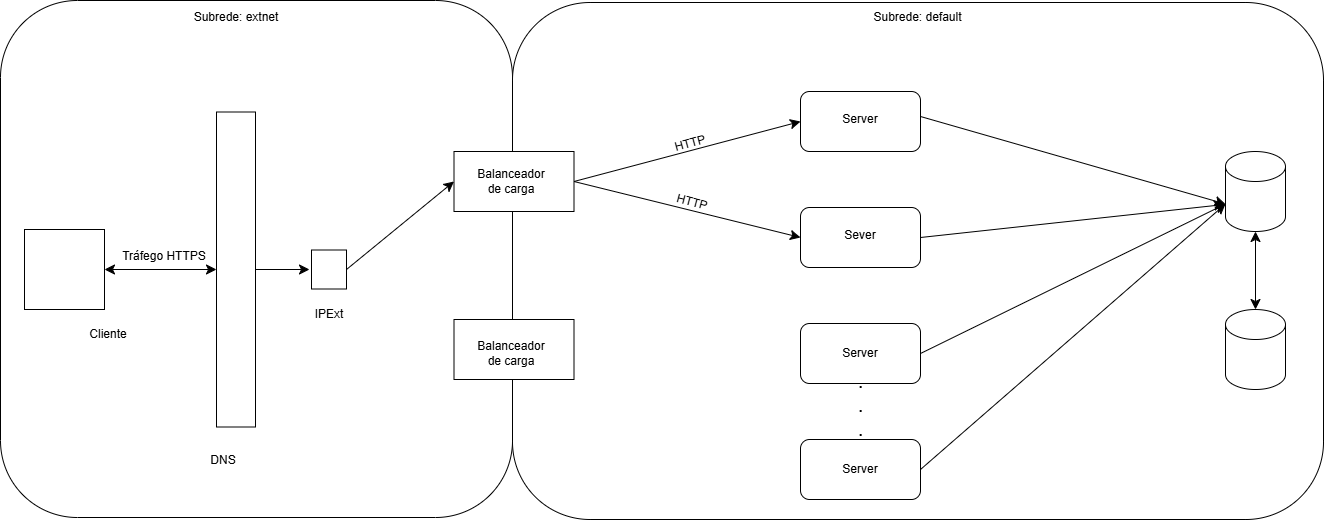
Before: Arquitetura.drawio.png, a diagram exported from draw.io (rayanssan/techthrift). Source tidied: cells renumbered, new cells last; positions are measured from the earlier drawing's top-left corner, leaving out a move shared by most shapes.
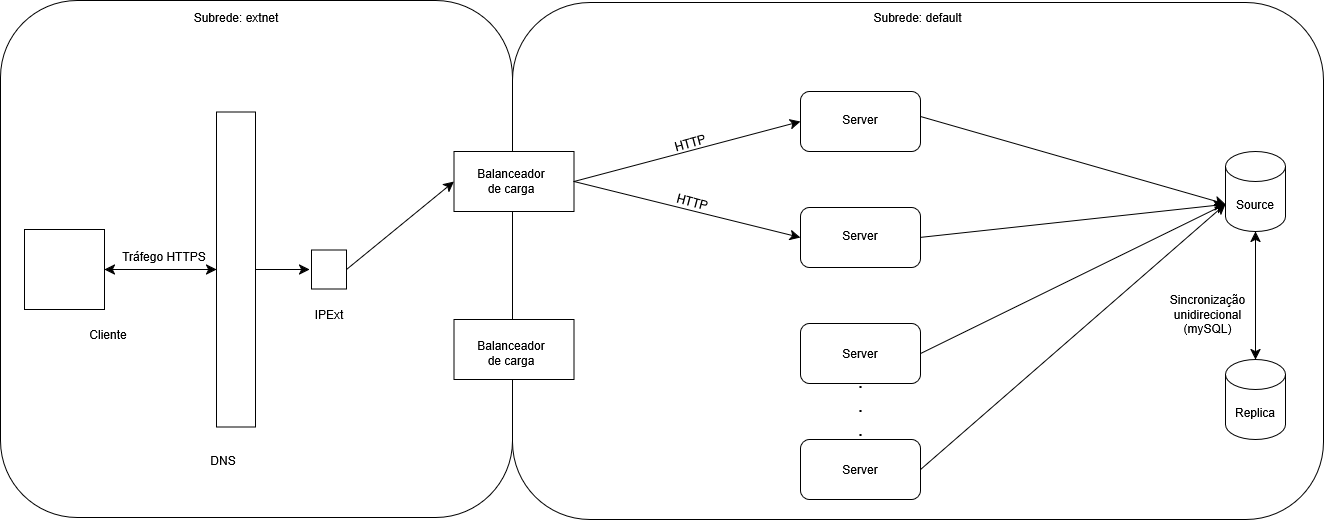
The same diagram one commit later.

Commit message:
Tipo de sincronizção BD adicionada

What changed in the source:
```diff
@@ -32,11 +32,11 @@
     <mxCell id="11" style="rounded=1;whiteSpace=wrap;html=1;" parent="1" vertex="1">
       <mxGeometry x="800" y="439" width="120" height="60" as="geometry" />
     </mxCell>
-    <mxCell id="12" style="shape=cylinder3;whiteSpace=wrap;html=1;boundedLbl=1;backgroundOutline=1;size=15;" parent="1" vertex="1">
+    <mxCell id="12" value="Source" style="shape=cylinder3;whiteSpace=wrap;html=1;boundedLbl=1;backgroundOutline=1;size=15;" parent="1" vertex="1">
       <mxGeometry x="1225" y="151" width="60" height="80" as="geometry" />
     </mxCell>
-    <mxCell id="13" style="shape=cylinder3;whiteSpace=wrap;html=1;boundedLbl=1;backgroundOutline=1;size=15;" parent="1" vertex="1">
-      <mxGeometry x="1225" y="309" width="60" height="80" as="geometry" />
+    <mxCell id="13" value="Replica" style="shape=cylinder3;whiteSpace=wrap;html=1;boundedLbl=1;backgroundOutline=1;size=15;" parent="1" vertex="1">
+      <mxGeometry x="1225" y="359" width="60" height="80" as="geometry" />
     </mxCell>
     <mxCell id="14" style="endArrow=classic;html=1;rounded=0;fontSize=12;startSize=8;endSize=8;curved=1;exitX=1;exitY=0.5;exitDx=0;exitDy=0;" parent="1" edge="1" source="9">
       <mxGeometry relative="1" as="geometry">
@@ -92,7 +92,7 @@
     <mxCell id="29" value="Server" style="text;html=1;align=center;verticalAlign=middle;whiteSpace=wrap;rounded=0;" parent="1" vertex="1">
       <mxGeometry x="830" y="104" width="60" height="30" as="geometry" />
     </mxCell>
-    <mxCell id="30" value="Sever" style="text;html=1;align=center;verticalAlign=middle;whiteSpace=wrap;rounded=0;" parent="1" vertex="1">
+    <mxCell id="30" value="Server" style="text;html=1;align=center;verticalAlign=middle;whiteSpace=wrap;rounded=0;" parent="1" vertex="1">
       <mxGeometry x="830" y="219.5" width="60" height="30" as="geometry" />
     </mxCell>
     <mxCell id="31" value="Server" style="text;html=1;align=center;verticalAlign=middle;whiteSpace=wrap;rounded=0;" parent="1" vertex="1">
@@ -122,5 +122,8 @@
     <mxCell id="39" value="Tráfego HTTPS" style="text;html=1;align=center;verticalAlign=middle;whiteSpace=wrap;rounded=0;" parent="1" vertex="1">
       <mxGeometry x="104" y="241" width="119.5" height="30" as="geometry" />
     </mxCell>
+    <mxCell id="40" value="&lt;div&gt;Sincronização&lt;/div&gt;&lt;div&gt;unidirecional&lt;/div&gt;&lt;div&gt;(mySQL) &lt;/div&gt;" style="text;html=1;align=center;verticalAlign=middle;strokeColor=none;fillColor=none;" parent="1" vertex="1">
+      <mxGeometry x="1160" y="286.5" width="93" height="55" as="geometry" />
+    </mxCell>
   </root>
 </mxGraphModel>
```
